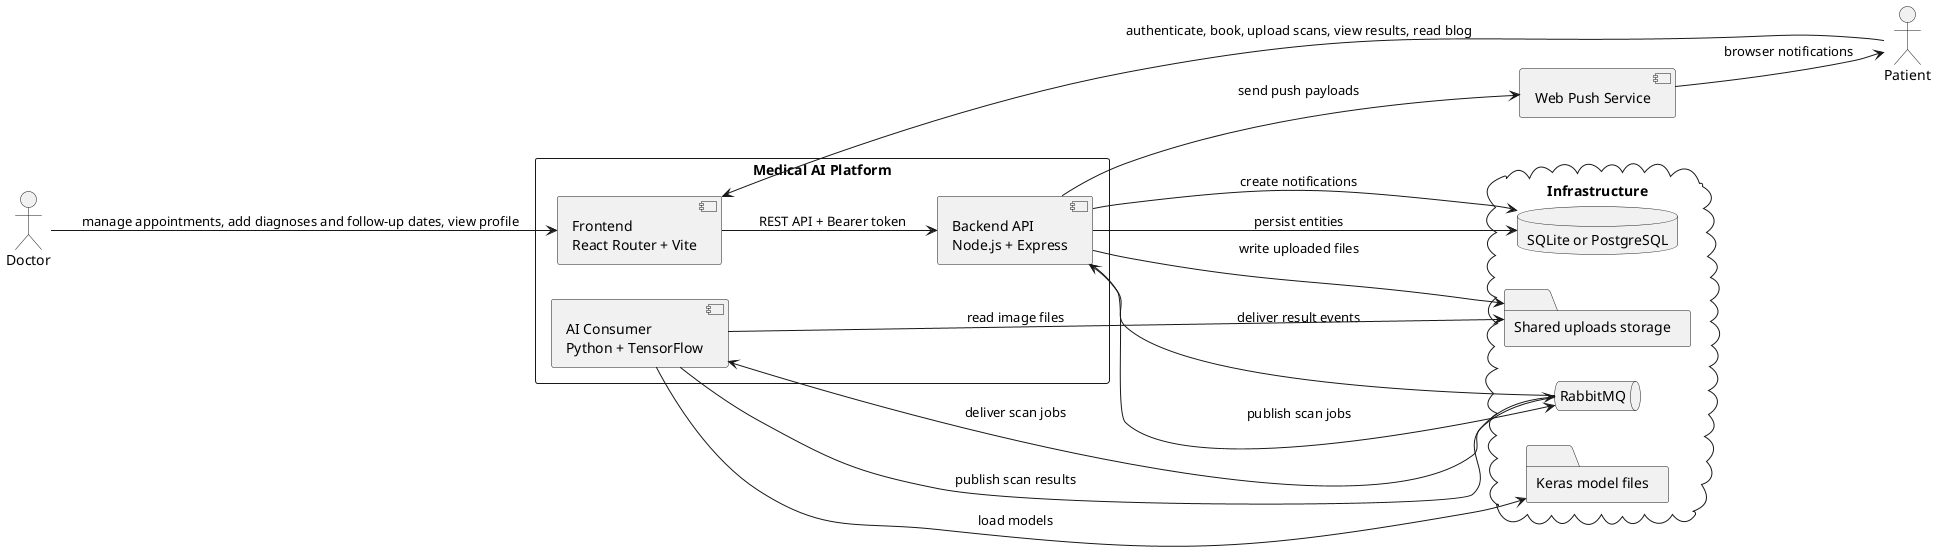
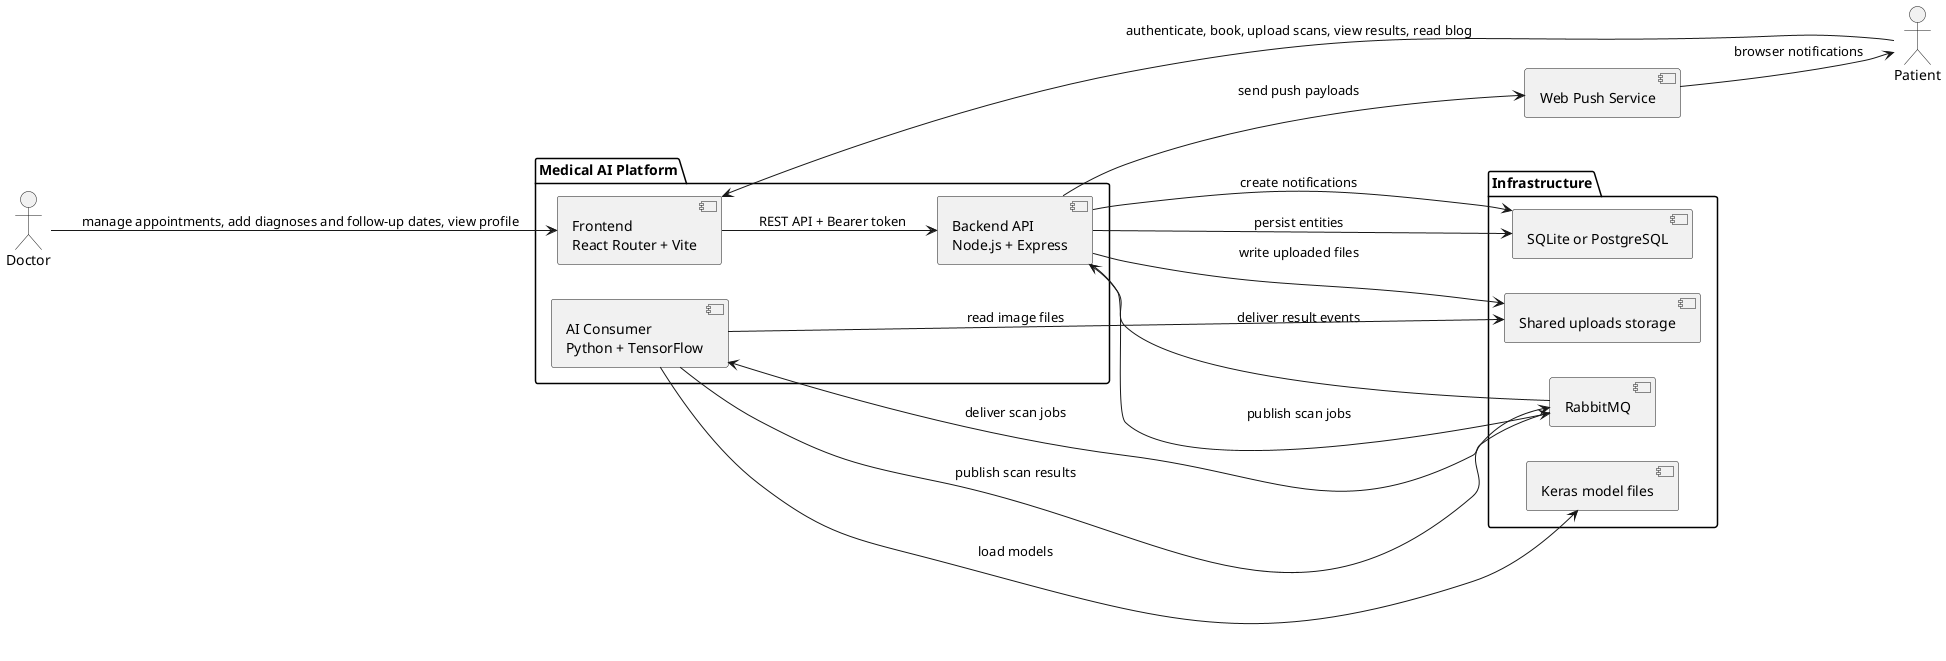
@startuml
left to right direction

actor Patient
actor Doctor

- rectangle "Medical AI Platform" {
-   component "Frontend\nReact Router + Vite" as frontend
-   component "Backend API\nNode.js + Express" as backend
-   component "AI Consumer\nPython + TensorFlow" as consumer
+ package "Medical AI Platform" {
+   component frontend as "Frontend\nReact Router + Vite"
+   component backend as "Backend API\nNode.js + Express"
+   component consumer as "AI Consumer\nPython + TensorFlow"
}

- cloud "Infrastructure" {
-   database "SQLite or PostgreSQL" as db
-   queue "RabbitMQ" as mq
-   folder "Shared uploads storage" as uploads
-   folder "Keras model files" as models
+ package "Infrastructure" {
+   component db as "SQLite or PostgreSQL"
+   component mq as "RabbitMQ"
+   component uploads as "Shared uploads storage"
+   component models as "Keras model files"
}

- component "Web Push Service" as push
+ component push as "Web Push Service"

Patient --> frontend : authenticate, book, upload scans, view results, read blog
Doctor --> frontend : manage appointments, add diagnoses and follow-up dates, view profile
frontend --> backend : REST API + Bearer token
backend --> db : persist entities
backend --> uploads : write uploaded files
backend --> mq : publish scan jobs
mq --> consumer : deliver scan jobs
consumer --> uploads : read image files
consumer --> models : load models
consumer --> mq : publish scan results
mq --> backend : deliver result events
backend --> db : create notifications
backend --> push : send push payloads
push --> Patient : browser notifications

@enduml